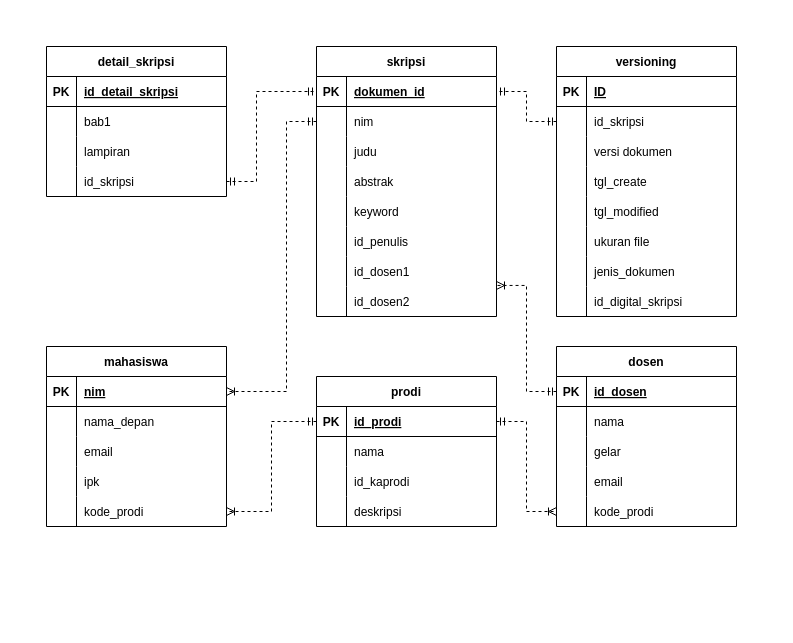
The draw.io diagram Untitled Diagram.drawio in MaximHere/drawio, before the edit. Source tidied: cells renumbered, new cells numbered last; positions are measured from the earlier drawing's top-left corner, leaving out a move shared by most shapes. Both pictures are drawn from the tidied source at 100%, with x=0, y=0 at pixel (46, 46).
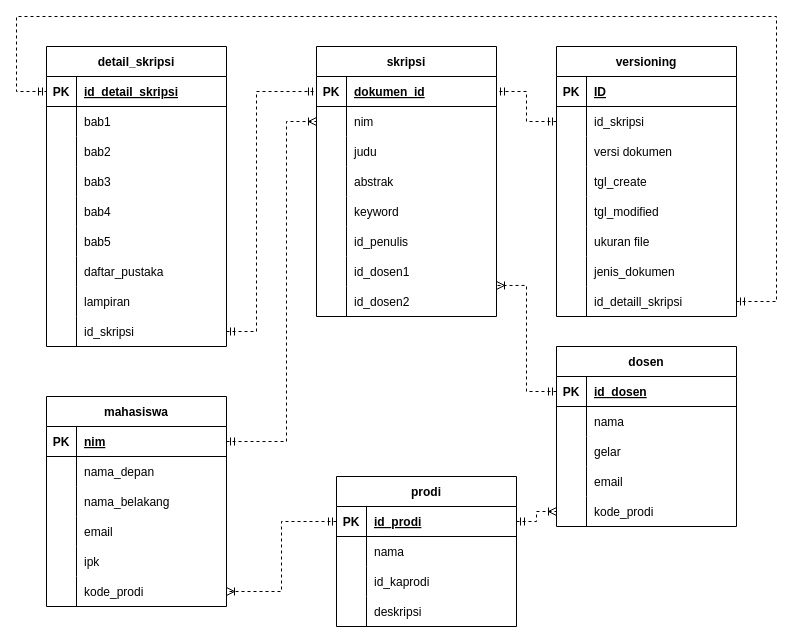
Above is the later version.

Unchanged cells that the change refers to:
```xml
<mxCell id="3" style="shape=partialRectangle;fillColor=none;top=0;left=0;bottom=1;right=0;points=[[0,0.5],[1,0.5]];portConstraint=eastwest;" parent="2" vertex="1">
  <mxGeometry y="30" width="180" height="30" as="geometry" />
</mxCell>
<mxCell id="19" style="shape=partialRectangle;fillColor=none;top=0;left=0;bottom=0;right=0;points=[[0,0.5],[1,0.5]];portConstraint=eastwest;" parent="15" vertex="1">
  <mxGeometry y="60" width="180" height="30" as="geometry" />
</mxCell>
<mxCell id="71" style="shape=partialRectangle;fillColor=none;top=0;left=0;bottom=1;right=0;points=[[0,0.5],[1,0.5]];portConstraint=eastwest;" parent="70" vertex="1">
  <mxGeometry y="30" width="180" height="30" as="geometry" />
</mxCell>
<mxCell id="108" style="shape=partialRectangle;fillColor=none;top=0;left=0;bottom=0;right=0;points=[[0,0.5],[1,0.5]];portConstraint=eastwest;" parent="86" vertex="1">
  <mxGeometry y="240" width="180" height="30" as="geometry" />
</mxCell>
```

What changed in the source:
```diff
@@
     <mxCell id="2" value="detail_skripsi" style="shape=table;startSize=30;childLayout=tableLayout;rowLines=0;fontStyle=1;align=center;" parent="1" vertex="1">
-      <mxGeometry width="180" height="150" as="geometry" />
+      <mxGeometry width="180" height="300" as="geometry" />
     </mxCell>
@@
+    <mxCell id="116" style="shape=partialRectangle;fillColor=none;top=0;left=0;bottom=0;right=0;" parent="2" vertex="1">
+      <mxGeometry y="90" width="180" height="30" as="geometry" />
+    </mxCell>
+    <mxCell id="117" style="shape=partialRectangle;fillColor=none;top=0;left=0;bottom=0;right=0;overflow=hidden;" parent="116" vertex="1">
+      <mxGeometry width="30" height="30" as="geometry" />
+    </mxCell>
+    <mxCell id="118" value="bab2" style="shape=partialRectangle;fillColor=none;top=0;left=0;bottom=0;right=0;align=left;spacingLeft=6;overflow=hidden;" parent="116" vertex="1">
+      <mxGeometry x="30" width="150" height="30" as="geometry" />
+    </mxCell>
+    <mxCell id="119" style="shape=partialRectangle;fillColor=none;top=0;left=0;bottom=0;right=0;" parent="2" vertex="1">
+      <mxGeometry y="120" width="180" height="30" as="geometry" />
+    </mxCell>
+    <mxCell id="120" style="shape=partialRectangle;fillColor=none;top=0;left=0;bottom=0;right=0;overflow=hidden;" parent="119" vertex="1">
+      <mxGeometry width="30" height="30" as="geometry" />
+    </mxCell>
+    <mxCell id="121" value="bab3" style="shape=partialRectangle;fillColor=none;top=0;left=0;bottom=0;right=0;align=left;spacingLeft=6;overflow=hidden;" parent="119" vertex="1">
+      <mxGeometry x="30" width="150" height="30" as="geometry" />
+    </mxCell>
+    <mxCell id="122" style="shape=partialRectangle;fillColor=none;top=0;left=0;bottom=0;right=0;" parent="2" vertex="1">
+      <mxGeometry y="150" width="180" height="30" as="geometry" />
+    </mxCell>
+    <mxCell id="123" style="shape=partialRectangle;fillColor=none;top=0;left=0;bottom=0;right=0;overflow=hidden;" parent="122" vertex="1">
+      <mxGeometry width="30" height="30" as="geometry" />
+    </mxCell>
+    <mxCell id="124" value="bab4" style="shape=partialRectangle;fillColor=none;top=0;left=0;bottom=0;right=0;align=left;spacingLeft=6;overflow=hidden;" parent="122" vertex="1">
+      <mxGeometry x="30" width="150" height="30" as="geometry" />
+    </mxCell>
+    <mxCell id="125" style="shape=partialRectangle;fillColor=none;top=0;left=0;bottom=0;right=0;" parent="2" vertex="1">
+      <mxGeometry y="180" width="180" height="30" as="geometry" />
+    </mxCell>
+    <mxCell id="126" style="shape=partialRectangle;fillColor=none;top=0;left=0;bottom=0;right=0;overflow=hidden;" parent="125" vertex="1">
+      <mxGeometry width="30" height="30" as="geometry" />
+    </mxCell>
+    <mxCell id="127" value="bab5" style="shape=partialRectangle;fillColor=none;top=0;left=0;bottom=0;right=0;align=left;spacingLeft=6;overflow=hidden;" parent="125" vertex="1">
+      <mxGeometry x="30" width="150" height="30" as="geometry" />
+    </mxCell>
+    <mxCell id="128" style="shape=partialRectangle;fillColor=none;top=0;left=0;bottom=0;right=0;" parent="2" vertex="1">
+      <mxGeometry y="210" width="180" height="30" as="geometry" />
+    </mxCell>
+    <mxCell id="129" style="shape=partialRectangle;fillColor=none;top=0;left=0;bottom=0;right=0;overflow=hidden;" parent="128" vertex="1">
+      <mxGeometry width="30" height="30" as="geometry" />
+    </mxCell>
+    <mxCell id="130" value="daftar_pustaka" style="shape=partialRectangle;fillColor=none;top=0;left=0;bottom=0;right=0;align=left;spacingLeft=6;overflow=hidden;" parent="128" vertex="1">
+      <mxGeometry x="30" width="150" height="30" as="geometry" />
+    </mxCell>
     <mxCell id="9" style="shape=partialRectangle;fillColor=none;top=0;left=0;bottom=0;right=0;" parent="2" vertex="1">
-      <mxGeometry y="90" width="180" height="30" as="geometry" />
+      <mxGeometry y="240" width="180" height="30" as="geometry" />
     </mxCell>
@@
     <mxCell id="12" style="shape=partialRectangle;fillColor=none;top=0;left=0;bottom=0;right=0;points=[[0,0.5],[1,0.5]];portConstraint=eastwest;" parent="2" vertex="1">
-      <mxGeometry y="120" width="180" height="30" as="geometry" />
+      <mxGeometry y="270" width="180" height="30" as="geometry" />
     </mxCell>
@@
     <mxCell id="57" value="prodi" style="shape=table;startSize=30;childLayout=tableLayout;rowLines=0;fontStyle=1;align=center;" parent="1" vertex="1">
-      <mxGeometry x="270" y="330" width="180" height="150" as="geometry" />
+      <mxGeometry x="290" y="430" width="180" height="150" as="geometry" />
     </mxCell>
@@
     <mxCell id="70" value="mahasiswa" style="shape=table;startSize=30;childLayout=tableLayout;rowLines=0;fontStyle=1;align=center;" parent="1" vertex="1">
-      <mxGeometry y="300" width="180" height="180" as="geometry" />
+      <mxGeometry y="350" width="180" height="210" as="geometry" />
     </mxCell>
@@
+    <mxCell id="131" style="shape=partialRectangle;fillColor=none;top=0;left=0;bottom=0;right=0;" parent="70" vertex="1">
+      <mxGeometry y="90" width="180" height="30" as="geometry" />
+    </mxCell>
+    <mxCell id="132" style="shape=partialRectangle;fillColor=none;top=0;left=0;bottom=0;right=0;overflow=hidden;" parent="131" vertex="1">
+      <mxGeometry width="30" height="30" as="geometry" />
+    </mxCell>
+    <mxCell id="133" value="nama_belakang" style="shape=partialRectangle;fillColor=none;top=0;left=0;bottom=0;right=0;align=left;spacingLeft=6;overflow=hidden;" parent="131" vertex="1">
+      <mxGeometry x="30" width="150" height="30" as="geometry" />
+    </mxCell>
     <mxCell id="77" style="shape=partialRectangle;fillColor=none;top=0;left=0;bottom=0;right=0;" parent="70" vertex="1">
-      <mxGeometry y="90" width="180" height="30" as="geometry" />
+      <mxGeometry y="120" width="180" height="30" as="geometry" />
     </mxCell>
@@
     <mxCell id="80" style="shape=partialRectangle;fillColor=none;top=0;left=0;bottom=0;right=0;" parent="70" vertex="1">
-      <mxGeometry y="120" width="180" height="30" as="geometry" />
+      <mxGeometry y="150" width="180" height="30" as="geometry" />
     </mxCell>
@@
     <mxCell id="83" style="shape=partialRectangle;fillColor=none;top=0;left=0;bottom=0;right=0;points=[[0,0.5],[1,0.5]];portConstraint=eastwest;" parent="70" vertex="1">
-      <mxGeometry y="150" width="180" height="30" as="geometry" />
+      <mxGeometry y="180" width="180" height="30" as="geometry" />
     </mxCell>
@@
-    <mxCell id="110" value="id_digital_skripsi" style="shape=partialRectangle;fillColor=none;top=0;left=0;bottom=0;right=0;align=left;spacingLeft=6;overflow=hidden;" parent="108" vertex="1">
+    <mxCell id="110" value="id_detaill_skripsi" style="shape=partialRectangle;fillColor=none;top=0;left=0;bottom=0;right=0;align=left;spacingLeft=6;overflow=hidden;" parent="108" vertex="1">
       <mxGeometry x="30" width="150" height="30" as="geometry" />
     </mxCell>
@@
-    <mxCell id="114" style="edgeStyle=elbowEdgeStyle;fontSize=12;html=1;endArrow=ERoneToMany;startArrow=ERmandOne;rounded=0;exitX=0;exitY=0.5;exitDx=0;exitDy=0;dashed=1;entryX=1;entryY=0.5;entryDx=0;entryDy=0;" parent="1" edge="1" source="19" target="71">
+    <mxCell id="114" style="edgeStyle=elbowEdgeStyle;fontSize=12;html=1;endArrow=ERoneToMany;startArrow=ERmandOne;rounded=0;exitX=1;exitY=0.5;exitDx=0;exitDy=0;dashed=1;entryX=0;entryY=0.5;entryDx=0;entryDy=0;" parent="1" edge="1" source="71" target="19">
       <mxGeometry relative="1" as="geometry">
         <Array as="points">
           <mxPoint x="240" y="310" />
         </Array>
       </mxGeometry>
     </mxCell>
@@
+    <mxCell id="134" style="edgeStyle=orthogonalEdgeStyle;fontSize=12;html=1;endArrow=ERmandOne;startArrow=ERmandOne;rounded=0;dashed=1;entryX=0;entryY=0.5;entryDx=0;entryDy=0;exitX=1;exitY=0.5;exitDx=0;exitDy=0;" parent="1" edge="1" source="108" target="3">
+      <mxGeometry relative="1" as="geometry">
+        <Array as="points">
+          <mxPoint x="730" y="255" />
+          <mxPoint x="730" y="-30" />
+          <mxPoint x="-30" y="-30" />
+          <mxPoint x="-30" y="45" />
+        </Array>
+      </mxGeometry>
+    </mxCell>
```
